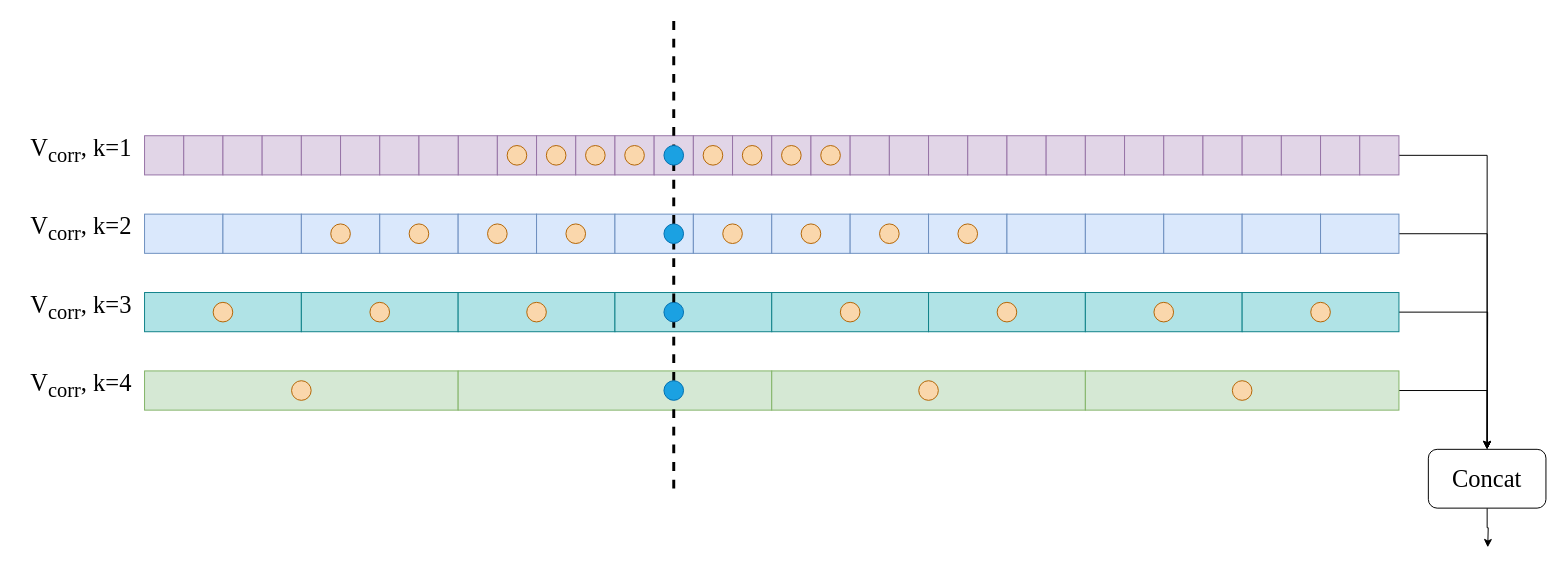
wangpinzhi/wangpinzhi.github.io keeps this draw.io diagram as lookup.drawio. Above is the earlier version. Source tidied: cells renumbered, new cells numbered last; positions are measured from the earlier drawing's top-left corner, leaving out a move shared by most shapes. Both pictures are drawn from the tidied source at 98%, with x=0, y=0 at pixel (17, 18).
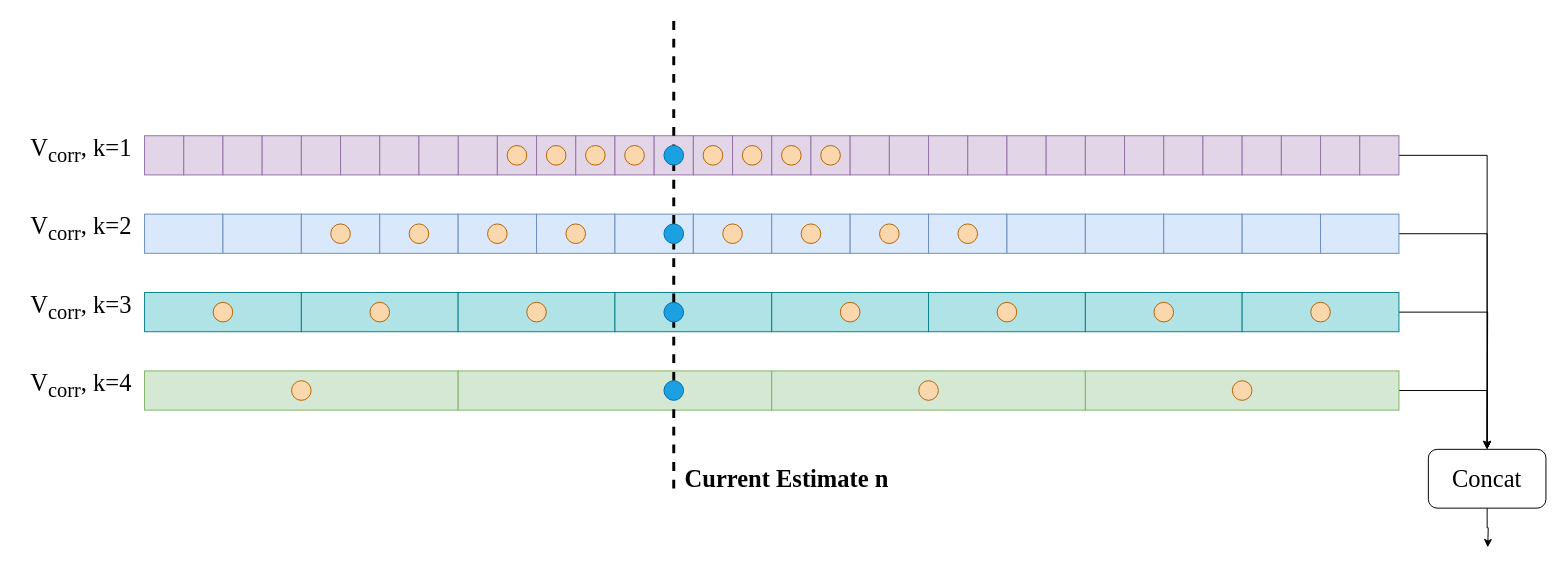
The same page after the edit.

The edit, as a diff of the source:
```diff
@@
+    <mxCell id="106" value="Current Estimate n" style="text;html=1;align=center;verticalAlign=middle;strokeColor=none;fillColor=none;fontFamily=Times New Roman;fontSize=25;fontStyle=1;" parent="1" vertex="1">
+      <mxGeometry x="680" y="450" width="210" height="40" as="geometry" />
+    </mxCell>
```
